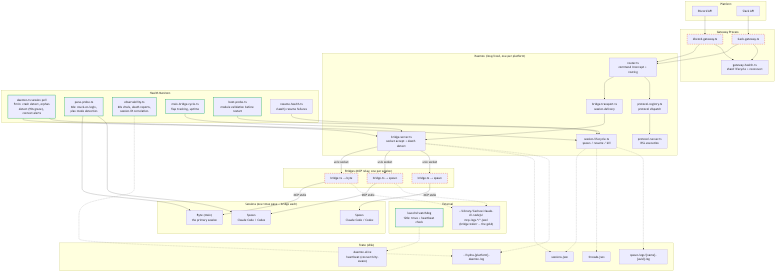
sf8193/hydra keeps this Mermaid diagram as diagrams/health-topology.png. Above is the earlier version. Its source is kept beside it as diagrams/health-topology.mmd. The source it was exported from:
```mermaid

flowchart TD
    subgraph platform["Platform"]
        discord["Discord API"]
        slack["Slack API"]
    end

    subgraph gateway["Gateway Process"]
        dg["discord-gateway.ts"]
        sg["slack-gateway.ts"]
        gwh["gateway-health.ts<br/>shard lifecycle + reconnect"]
    end

    subgraph daemon["Daemon (long-lived, one per platform)"]
        router["router.ts<br/>command intercept + routing"]
        transport["bridge-transport.ts<br/>session delivery"]
        lifecycle["session-lifecycle.ts<br/>spawn / resume / kill"]
        preg["protocol-registry.ts<br/>protocol dispatch"]
        prun["protocol-runner.ts<br/>DSL execution"]
        server["bridge-server.ts<br/>socket accept + death detect"]
    end

    subgraph health["Health Monitors"]
        poll["daemon.ts session poll<br/>5min: crash detect, orphan<br/>detect (90s grace), context alerts"]
        probe["pane-probe.ts<br/>60s: stuck-on-login,<br/>plan mode detection"]
        obs["observability.ts<br/>60s vitals, death reports,<br/>session ID correlation"]
        mbc["main-bridge-cycle.ts<br/>flap tracking, uptime"]
        bootprobe["boot-probe.ts<br/>module validation before restart"]
        rh["resume-health.ts<br/>classify resume failures"]
    end

    subgraph sessions["Sessions (one tmux pane + bridge each)"]
        byte["Byte (main)<br/>the primary session"]
        spawn1["Spawn<br/>Claude Code / Codex"]
        spawn2["Spawn<br/>Claude Code / Codex"]
    end

    subgraph bridges["Bridges (MCP relay, one per session)"]
        b0["bridge.ts → byte"]
        b1["bridge.ts → spawn"]
        b2["bridge.ts → spawn"]
    end

    subgraph state["State (disk)"]
        sj["sessions.json"]
        tj["threads.json"]
        logs["spawn-logs/{name}-{uuid}.log"]
        dlog["~/hydra-{platform}-daemon.log"]
        alive["daemon.alive<br/>heartbeat (connectivity-aware)"]
    end

    subgraph external["External"]
        watchdog["launchd watchdog<br/>120s: tmux + heartbeat check"]
        mcp_logs["~/Library/Caches/claude-cli-nodejs/<br/>mcp-logs-*/*.jsonl<br/>(bridge stderr — the gold)"]
    end

    discord --> dg
    slack --> sg
    dg --> router
    sg --> router
    dg --> gwh
    sg --> gwh

    router --> transport
    router --> preg
    transport --> server

    server -- "unix socket" --> b0
    server -- "unix socket" --> b1
    server -- "unix socket" --> b2

    b0 -- "MCP stdio" --> byte
    b1 -- "MCP stdio" --> spawn1
    b2 -- "MCP stdio" --> spawn2

    preg --> prun

    poll --> server
    poll --> lifecycle
    probe --> byte
    probe --> spawn1
    obs -.-> dlog
    mbc --> server
    bootprobe --> lifecycle
    rh --> lifecycle
    watchdog -.-> alive

    lifecycle -.-> sj
    lifecycle -.-> tj
    lifecycle -.-> logs
    server -.-> sj
    server -.-> dlog
    b0 -.-> mcp_logs
    b1 -.-> mcp_logs

    classDef fail stroke:#e74c3c,stroke-width:2px,stroke-dasharray:5 5
    classDef health stroke:#27ae60,stroke-width:2px

    class poll,probe,obs,mbc,bootprobe,watchdog health
    class dg,sg,b0,b1,b2 fail
```
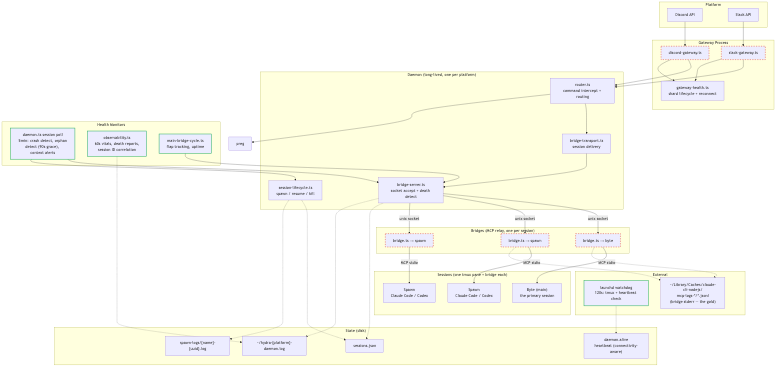
Above is the later version.

Commit message:
fix: review round 2 — fictional module, wrong edges, audit mutation

What changed in the source:
```diff
@@ -15,18 +15,13 @@
         router["router.ts<br/>command intercept + routing"]
         transport["bridge-transport.ts<br/>session delivery"]
         lifecycle["session-lifecycle.ts<br/>spawn / resume / kill"]
-        preg["protocol-registry.ts<br/>protocol dispatch"]
-        prun["protocol-runner.ts<br/>DSL execution"]
         server["bridge-server.ts<br/>socket accept + death detect"]
     end
 
     subgraph health["Health Monitors"]
         poll["daemon.ts session poll<br/>5min: crash detect, orphan<br/>detect (90s grace), context alerts"]
-        probe["pane-probe.ts<br/>60s: stuck-on-login,<br/>plan mode detection"]
         obs["observability.ts<br/>60s vitals, death reports,<br/>session ID correlation"]
         mbc["main-bridge-cycle.ts<br/>flap tracking, uptime"]
-        bootprobe["boot-probe.ts<br/>module validation before restart"]
-        rh["resume-health.ts<br/>classify resume failures"]
     end
 
     subgraph sessions["Sessions (one tmux pane + bridge each)"]
@@ -43,7 +38,6 @@
 
     subgraph state["State (disk)"]
         sj["sessions.json"]
-        tj["threads.json"]
         logs["spawn-logs/{name}-{uuid}.log"]
         dlog["~/hydra-{platform}-daemon.log"]
         alive["daemon.alive<br/>heartbeat (connectivity-aware)"]
@@ -73,20 +67,13 @@
     b1 -- "MCP stdio" --> spawn1
     b2 -- "MCP stdio" --> spawn2
 
-    preg --> prun
-
     poll --> server
     poll --> lifecycle
-    probe --> byte
-    probe --> spawn1
     obs -.-> dlog
     mbc --> server
-    bootprobe --> lifecycle
-    rh --> lifecycle
     watchdog -.-> alive
 
     lifecycle -.-> sj
-    lifecycle -.-> tj
     lifecycle -.-> logs
     server -.-> sj
     server -.-> dlog
@@ -96,5 +83,5 @@
     classDef fail stroke:#e74c3c,stroke-width:2px,stroke-dasharray:5 5
     classDef health stroke:#27ae60,stroke-width:2px
 
-    class poll,probe,obs,mbc,bootprobe,watchdog health
+    class poll,obs,mbc,watchdog health
     class dg,sg,b0,b1,b2 fail
```
